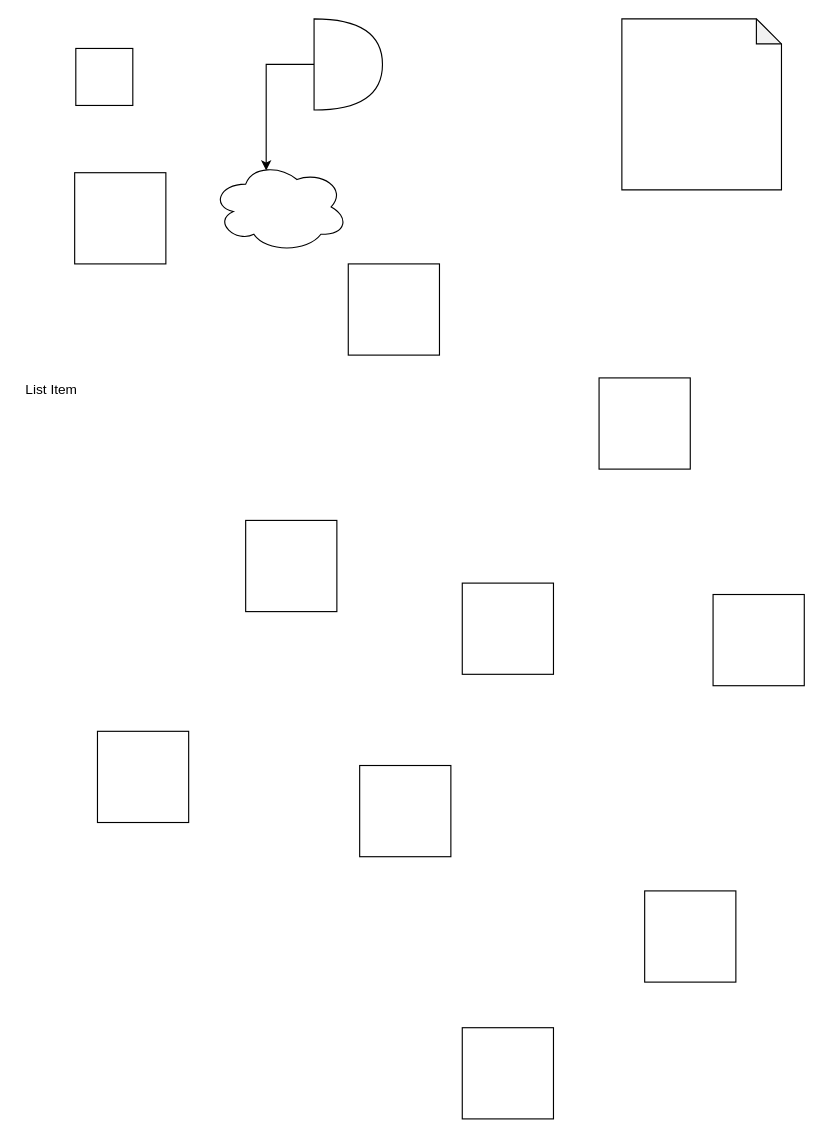
Before: example.drawio in yjzzjy4/simple-drawing-program, a draw.io diagram. Source tidied: cells renumbered, new cells numbered last; positions are measured from the earlier drawing's top-left corner, leaving out a move shared by most shapes. Both pictures are drawn from the tidied source at 114%, with x=0, y=0 at pixel (-63, -101).
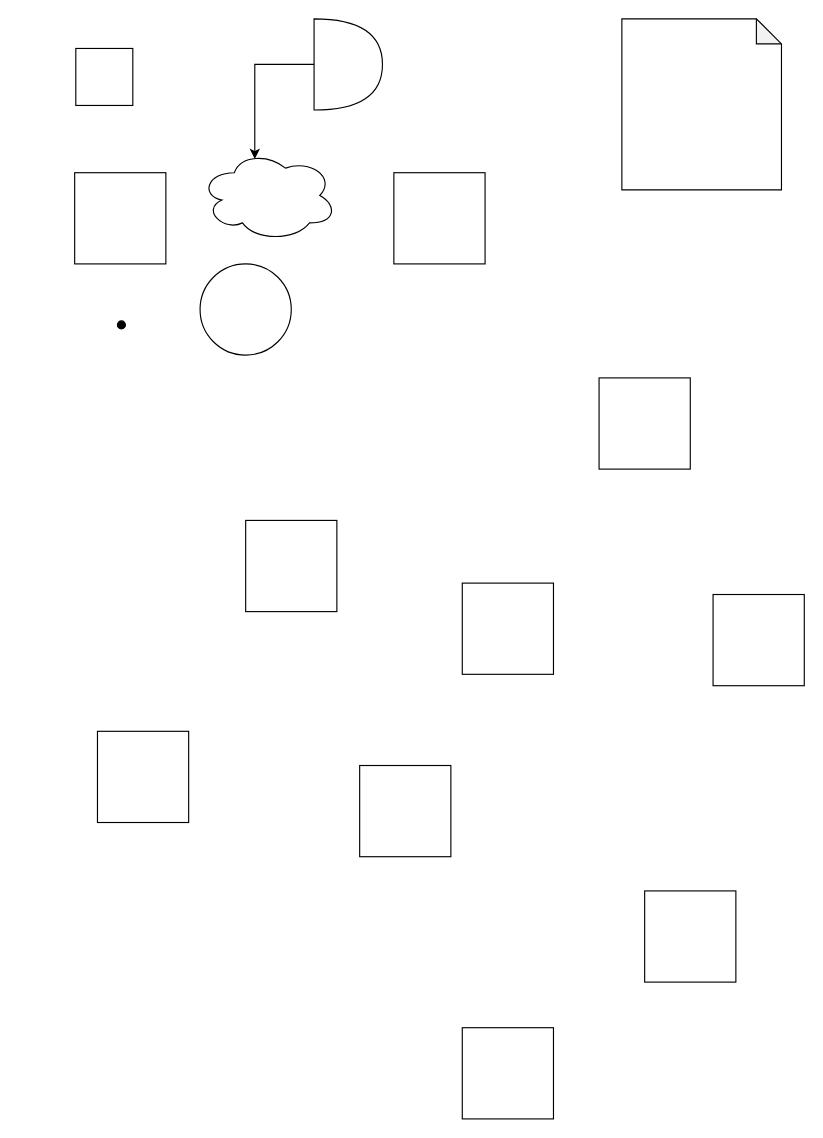
Above is the later version.

Change to the diagram source:
```diff
@@
 <mxGraphModel>
   <root>
     <mxCell id="0" />
     <mxCell id="1" parent="0" />
     <mxCell id="2" style="whiteSpace=wrap;html=1;strokeColor=default;strokeWidth=1;fillColor=default;gradientColor=none;gradientDirection=north;rotation=0;" parent="1" vertex="1">
       <mxGeometry x="121" y="131" width="50" height="50" as="geometry" />
     </mxCell>
     <mxCell id="3" style="edgeStyle=orthogonalEdgeStyle;rounded=0;jettySize=auto;html=1;exitX=0;exitY=0.5;exitDx=0;exitDy=0;exitPerimeter=0;entryX=0.4;entryY=0.1;entryDx=0;entryDy=0;entryPerimeter=0;strokeColor=default;" parent="1" edge="1" source="4" target="15">
       <mxGeometry relative="1" as="geometry" />
     </mxCell>
     <mxCell id="4" style="shape=or;whiteSpace=wrap;html=1;strokeColor=default;strokeWidth=1;fillColor=default;gradientColor=none;gradientDirection=north;" parent="1" vertex="1">
       <mxGeometry x="330" y="105" width="60" height="80" as="geometry" />
     </mxCell>
     <mxCell id="5" style="shape=note;whiteSpace=wrap;html=1;backgroundOutline=1;darkOpacity=0.05;strokeColor=default;strokeWidth=1;fillColor=default;gradientColor=none;gradientDirection=north;size=22;" parent="1" vertex="1">
       <mxGeometry x="600" y="105" width="140" height="150" as="geometry" />
     </mxCell>
     <mxCell id="6" style="whiteSpace=wrap;html=1;strokeColor=default;strokeWidth=1;fillColor=default;gradientColor=none;gradientDirection=north;" parent="1" vertex="1">
       <mxGeometry x="140" y="730" width="80" height="80" as="geometry" />
     </mxCell>
     <mxCell id="7" style="whiteSpace=wrap;html=1;strokeColor=default;strokeWidth=1;fillColor=default;gradientColor=none;gradientDirection=north;" parent="1" vertex="1">
       <mxGeometry x="460" y="990" width="80" height="80" as="geometry" />
     </mxCell>
     <mxCell id="8" style="whiteSpace=wrap;html=1;strokeColor=default;strokeWidth=1;fillColor=default;gradientColor=none;gradientDirection=north;" parent="1" vertex="1">
       <mxGeometry x="680" y="610" width="80" height="80" as="geometry" />
     </mxCell>
     <mxCell id="9" style="whiteSpace=wrap;html=1;strokeColor=default;strokeWidth=1;fillColor=default;gradientColor=none;gradientDirection=north;" parent="1" vertex="1">
       <mxGeometry x="460" y="600" width="80" height="80" as="geometry" />
     </mxCell>
     <mxCell id="10" style="whiteSpace=wrap;html=1;strokeColor=default;strokeWidth=1;fillColor=default;gradientColor=none;gradientDirection=north;" parent="1" vertex="1">
       <mxGeometry x="580" y="420" width="80" height="80" as="geometry" />
     </mxCell>
     <mxCell id="11" style="whiteSpace=wrap;html=1;strokeColor=default;strokeWidth=1;fillColor=default;gradientColor=none;gradientDirection=north;" parent="1" vertex="1">
       <mxGeometry x="620" y="870" width="80" height="80" as="geometry" />
     </mxCell>
     <mxCell id="12" style="whiteSpace=wrap;html=1;strokeColor=default;strokeWidth=1;fillColor=default;gradientColor=none;gradientDirection=north;" parent="1" vertex="1">
-      <mxGeometry x="360" y="320" width="80" height="80" as="geometry" />
+      <mxGeometry x="400" y="240" width="80" height="80" as="geometry" />
     </mxCell>
     <mxCell id="13" style="whiteSpace=wrap;html=1;strokeColor=default;strokeWidth=1;fillColor=default;gradientColor=none;gradientDirection=north;" parent="1" vertex="1">
       <mxGeometry x="370" y="760" width="80" height="80" as="geometry" />
     </mxCell>
     <mxCell id="14" style="whiteSpace=wrap;html=1;strokeColor=default;strokeWidth=1;fillColor=default;gradientColor=none;gradientDirection=north;" parent="1" vertex="1">
       <mxGeometry x="270" y="545" width="80" height="80" as="geometry" />
     </mxCell>
     <mxCell id="15" style="ellipse;shape=cloud;whiteSpace=wrap;html=1;strokeColor=default;strokeWidth=1;fillColor=default;gradientColor=none;gradientDirection=north;" parent="1" vertex="1">
-      <mxGeometry x="240" y="230" width="120" height="80" as="geometry" />
+      <mxGeometry x="230" y="220" width="120" height="80" as="geometry" />
     </mxCell>
     <mxCell id="16" style="whiteSpace=wrap;html=1;strokeColor=default;strokeWidth=1;fillColor=default;gradientColor=none;gradientDirection=north;" parent="1" vertex="1">
       <mxGeometry as="geometry" />
     </mxCell>
     <mxCell id="17" style="rounded=0;whiteSpace=wrap;html=1;strokeColor=default;strokeWidth=1;fillColor=default;gradientColor=none;gradientDirection=north;" parent="1" vertex="1">
       <mxGeometry x="120" y="240" width="80" height="80" as="geometry" />
     </mxCell>
-    <mxCell id="18" value="List Item" style="text;strokeColor=none;fillColor=none;align=left;verticalAlign=middle;spacingLeft=4;spacingRight=4;overflow=hidden;" parent="1" vertex="1">
-      <mxGeometry x="71.2" y="405" width="88.8" height="50" as="geometry" />
-    </mxCell>
+    <mxCell id="19" style="ellipse;whiteSpace=wrap;html=1;strokeColor=default;strokeWidth=1;fillColor=default;gradientColor=none;gradientDirection=north;" parent="1" vertex="1">
+      <mxGeometry x="230" y="320" width="80" height="80" as="geometry" />
+    </mxCell>
+    <mxCell id="20" style="ellipse;whiteSpace=wrap;html=1;strokeColor=default;strokeWidth=1;fillColor=#000000;gradientColor=none;gradientDirection=north;" parent="1" vertex="1">
+      <mxGeometry x="157.5" y="370" width="7" height="7" as="geometry" />
+    </mxCell>
   </root>
 </mxGraphModel>
```
